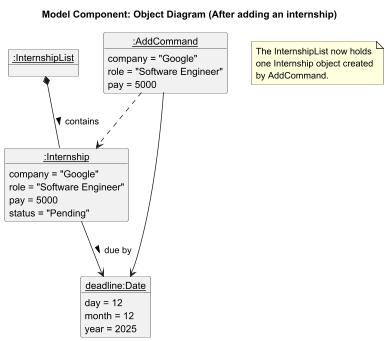
The PlantUML diagram docs/diagrams/ModelComponentOD_Add.png in AY2526S1-CS2113-W14-4/tp, before a commit.
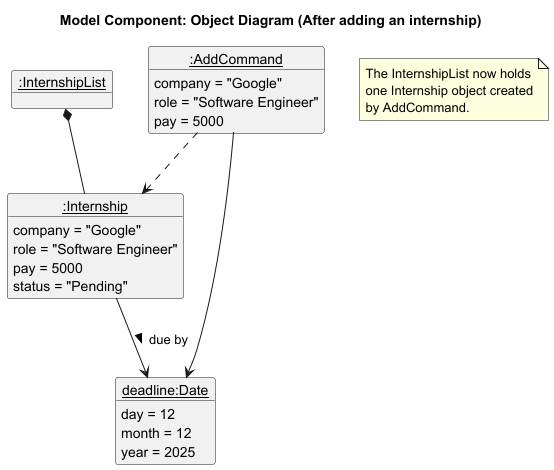
Later version of the same file.

Commit message:
Remove redundant label to composition in Model Obj Diagram

Change to the diagram source:
```diff
@@ -1,4 +1,4 @@
-@startuml
+@startuml ModelComponentOD_Add
 hide circle
 title Model Component: Object Diagram (After adding an internship)
 
@@ -25,7 +25,7 @@
 
 AddCommand ..> Internship
 AddCommand --> deadline
-InternshipList *-- Internship : contains >
+InternshipList *-- Internship
 Internship --> deadline : due by >
 
 note as n1
@@ -34,5 +34,4 @@
   by AddCommand.
 end note
 
-
 @enduml
```
